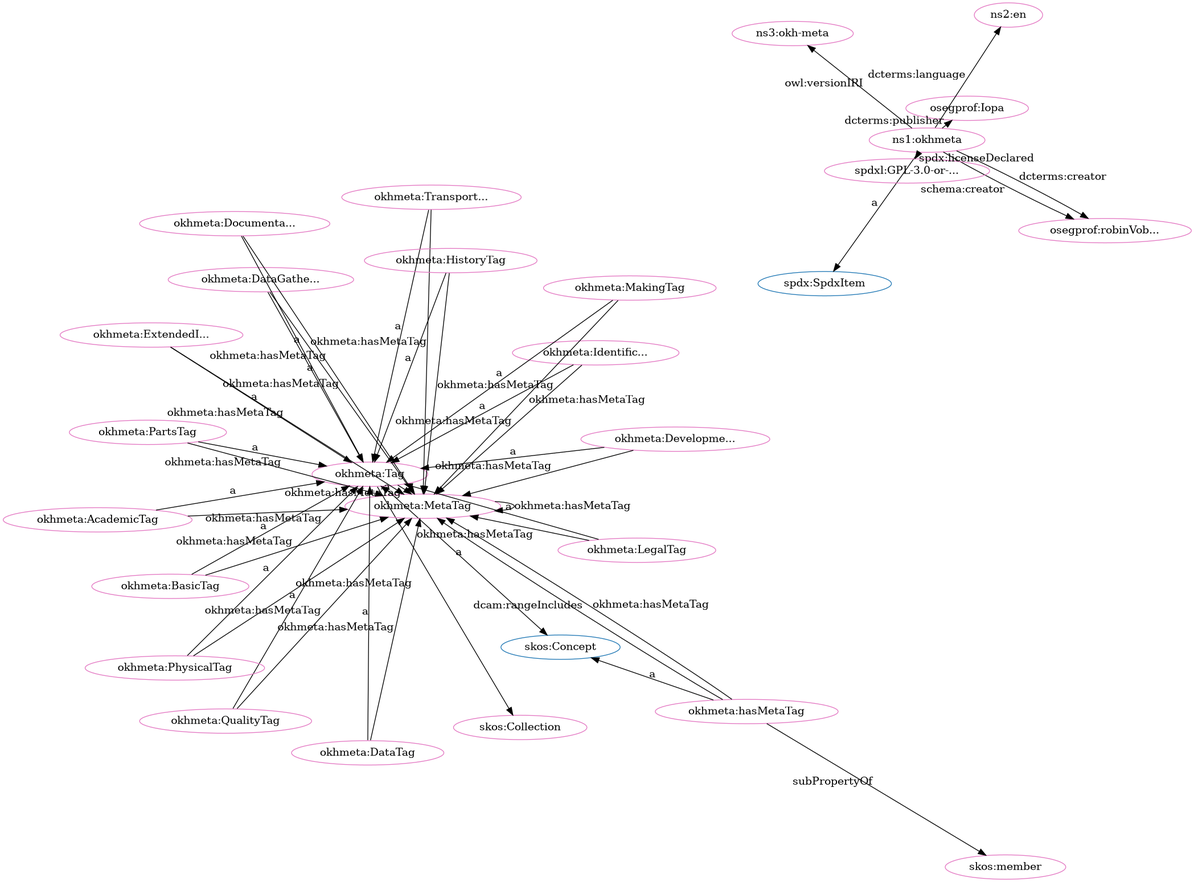
Above: src/spec/dot_okh-meta-clean.png in iop-alliance/OpenKnowHow (Graphviz), before the change. Its source is kept beside it as src/spec/dot_okh-meta-clean.dot.
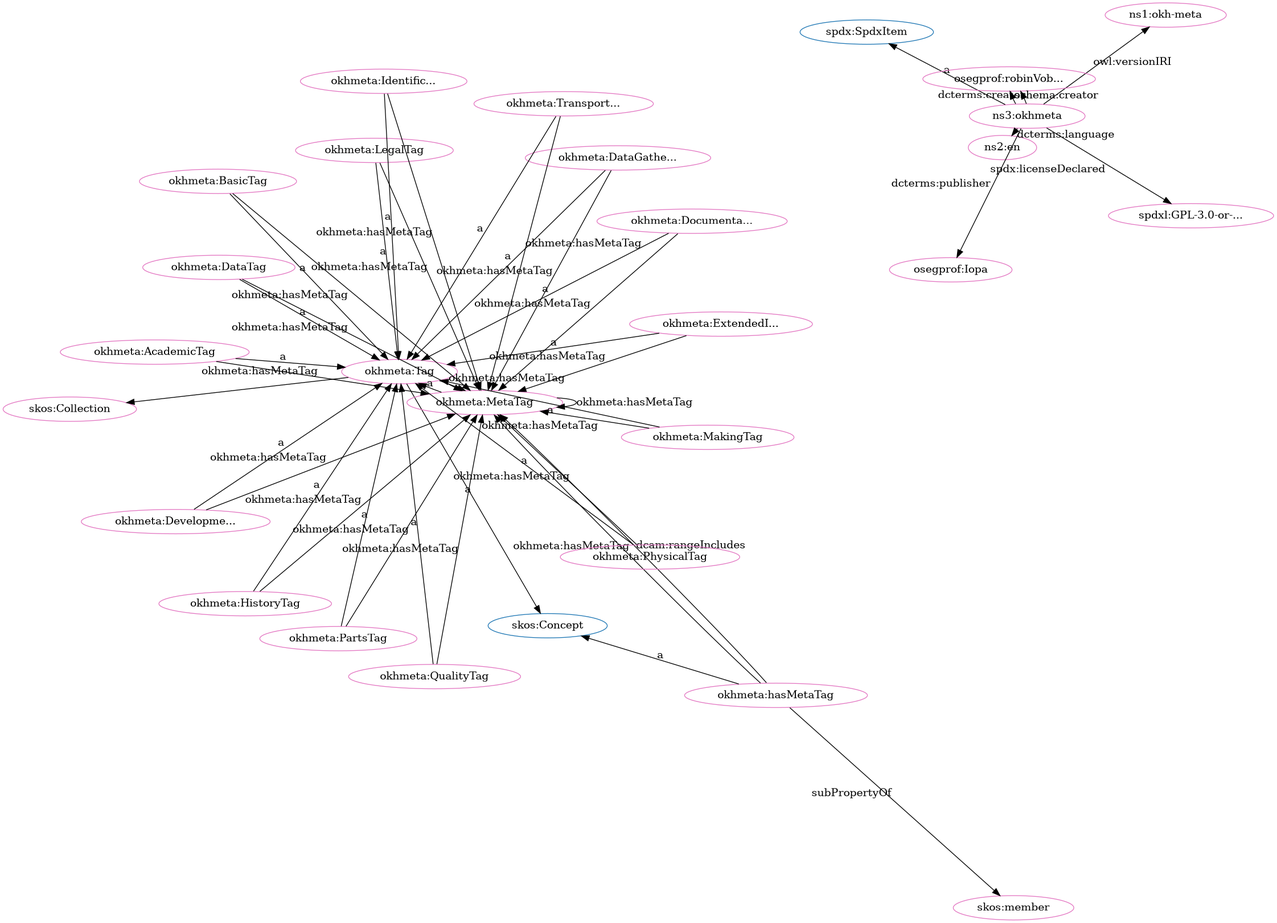
Later version of the same file.

Diff of the diagram source:
```diff
@@ -1,80 +1,80 @@
 digraph G {
   rankdir=BT
   node[height=.3]
+"http://www.w3.org/2004/02/skos/core#Collection" [fillcolor="#1f77b4" color="#1f77b4" label="skos:Collection"]
 "http://spdx.org/rdf/terms#SpdxItem" [fillcolor="#1f77b4" color="#1f77b4" label="spdx:SpdxItem"]
 "http://w3id.org/oseg/ont/okhmeta#Tag" [fillcolor="#1f77b4" color="#1f77b4" label="okhmeta:Tag"]
 "http://www.w3.org/2004/02/skos/core#Concept" [fillcolor="#1f77b4" color="#1f77b4" label="skos:Concept"]
-"http://www.w3.org/2004/02/skos/core#Collection" [fillcolor="#1f77b4" color="#1f77b4" label="skos:Collection"]
 "http://w3id.org/oseg/ont/okhmeta#MetaTag" [fillcolor="#e377c2" color="#e377c2" label="okhmeta:MetaTag"]
+"http://w3id.org/oseg/ont/okhmeta#hasMetaTag" [fillcolor="#e377c2" color="#e377c2" label="okhmeta:hasMetaTag"]
+"http://w3id.org/oseg/ont/okhmeta#DocumentationTag" [fillcolor="#e377c2" color="#e377c2" label="okhmeta:Documenta..."]
+"http://w3id.org/oseg/ont/okhmeta#HistoryTag" [fillcolor="#e377c2" color="#e377c2" label="okhmeta:HistoryTag"]
 "http://www.w3.org/2004/02/skos/core#member" [fillcolor="#e377c2" color="#e377c2" label="skos:member"]
+"http://w3id.org/oseg/ont/okhmeta#PartsTag" [fillcolor="#e377c2" color="#e377c2" label="okhmeta:PartsTag"]
+"http://w3id.org/oseg/ont/1.1.0/okh-meta" [fillcolor="#e377c2" color="#e377c2" label="ns1:okh-meta"]
+"http://w3id.org/oseg/ont/okhmeta#LegalTag" [fillcolor="#e377c2" color="#e377c2" label="okhmeta:LegalTag"]
+"http://w3id.org/oseg/ont/okhmeta#MakingTag" [fillcolor="#e377c2" color="#e377c2" label="okhmeta:MakingTag"]
+"http://w3id.org/oseg/ont/okhmeta#BasicTag" [fillcolor="#e377c2" color="#e377c2" label="okhmeta:BasicTag"]
+"http://w3id.org/oseg/ont/okhmeta#Tag" [fillcolor="#e377c2" color="#e377c2" label="okhmeta:Tag"]
+"http://id.loc.gov/vocabulary/iso639-1/en" [fillcolor="#e377c2" color="#e377c2" label="ns2:en"]
+"http://w3id.org/oseg/ont/okhmeta#DataGatheringTag" [fillcolor="#e377c2" color="#e377c2" label="okhmeta:DataGathe..."]
+"http://w3id.org/oseg/ont/okhmeta#TransportationTag" [fillcolor="#e377c2" color="#e377c2" label="okhmeta:Transport..."]
+"http://w3id.org/oseg/ont/okhmeta#IdentificationTag" [fillcolor="#e377c2" color="#e377c2" label="okhmeta:Identific..."]
+"http://w3id.org/oseg/ont/okhmeta#QualityTag" [fillcolor="#e377c2" color="#e377c2" label="okhmeta:QualityTag"]
+"http://w3id.org/oseg/ont/okhmeta" [fillcolor="#e377c2" color="#e377c2" label="ns3:okhmeta"]
+"http://spdx.org/licenses/GPL-3.0-or-later" [fillcolor="#e377c2" color="#e377c2" label="spdxl:GPL-3.0-or-..."]
+"http://w3id.org/oseg/ont/okhmeta#ExtendedInfoTag" [fillcolor="#e377c2" color="#e377c2" label="okhmeta:ExtendedI..."]
+"http://w3id.org/oseg/ont/oseg-profiles#robinVobruba" [fillcolor="#e377c2" color="#e377c2" label="osegprof:robinVob..."]
+"http://w3id.org/oseg/ont/okhmeta#AcademicTag" [fillcolor="#e377c2" color="#e377c2" label="okhmeta:AcademicTag"]
+"http://w3id.org/oseg/ont/okhmeta#DevelopmentTag" [fillcolor="#e377c2" color="#e377c2" label="okhmeta:Developme..."]
+"http://w3id.org/oseg/ont/oseg-profiles#Iopa" [fillcolor="#e377c2" color="#e377c2" label="osegprof:Iopa"]
+"http://w3id.org/oseg/ont/okhmeta#DataTag" [fillcolor="#e377c2" color="#e377c2" label="okhmeta:DataTag"]
 "http://www.w3.org/2004/02/skos/core#Collection" [fillcolor="#e377c2" color="#e377c2" label="skos:Collection"]
-"http://w3id.org/oseg/ont/okhmeta#Tag" [fillcolor="#e377c2" color="#e377c2" label="okhmeta:Tag"]
-"http://w3id.org/oseg/ont/okhmeta" [fillcolor="#e377c2" color="#e377c2" label="ns1:okhmeta"]
-"http://w3id.org/oseg/ont/okhmeta#PartsTag" [fillcolor="#e377c2" color="#e377c2" label="okhmeta:PartsTag"]
-"http://w3id.org/oseg/ont/okhmeta#hasMetaTag" [fillcolor="#e377c2" color="#e377c2" label="okhmeta:hasMetaTag"]
-"http://w3id.org/oseg/ont/oseg-profiles#robinVobruba" [fillcolor="#e377c2" color="#e377c2" label="osegprof:robinVob..."]
-"http://w3id.org/oseg/ont/okhmeta#DataGatheringTag" [fillcolor="#e377c2" color="#e377c2" label="okhmeta:DataGathe..."]
-"http://w3id.org/oseg/ont/okhmeta#DataTag" [fillcolor="#e377c2" color="#e377c2" label="okhmeta:DataTag"]
-"http://w3id.org/oseg/ont/okhmeta#BasicTag" [fillcolor="#e377c2" color="#e377c2" label="okhmeta:BasicTag"]
-"http://w3id.org/oseg/ont/okhmeta#DevelopmentTag" [fillcolor="#e377c2" color="#e377c2" label="okhmeta:Developme..."]
-"http://w3id.org/oseg/ont/okhmeta#AcademicTag" [fillcolor="#e377c2" color="#e377c2" label="okhmeta:AcademicTag"]
-"http://w3id.org/oseg/ont/okhmeta#DocumentationTag" [fillcolor="#e377c2" color="#e377c2" label="okhmeta:Documenta..."]
-"http://w3id.org/oseg/ont/okhmeta#IdentificationTag" [fillcolor="#e377c2" color="#e377c2" label="okhmeta:Identific..."]
-"http://w3id.org/oseg/ont/okhmeta#TransportationTag" [fillcolor="#e377c2" color="#e377c2" label="okhmeta:Transport..."]
-"http://w3id.org/oseg/ont/okhmeta#QualityTag" [fillcolor="#e377c2" color="#e377c2" label="okhmeta:QualityTag"]
-"http://w3id.org/oseg/ont/okhmeta#LegalTag" [fillcolor="#e377c2" color="#e377c2" label="okhmeta:LegalTag"]
-"http://w3id.org/oseg/ont/oseg-profiles#Iopa" [fillcolor="#e377c2" color="#e377c2" label="osegprof:Iopa"]
-"http://id.loc.gov/vocabulary/iso639-1/en" [fillcolor="#e377c2" color="#e377c2" label="ns2:en"]
-"http://w3id.org/oseg/ont/1.1.0/okh-meta" [fillcolor="#e377c2" color="#e377c2" label="ns3:okh-meta"]
-"http://w3id.org/oseg/ont/okhmeta#ExtendedInfoTag" [fillcolor="#e377c2" color="#e377c2" label="okhmeta:ExtendedI..."]
 "http://w3id.org/oseg/ont/okhmeta#PhysicalTag" [fillcolor="#e377c2" color="#e377c2" label="okhmeta:PhysicalTag"]
-"http://w3id.org/oseg/ont/okhmeta#HistoryTag" [fillcolor="#e377c2" color="#e377c2" label="okhmeta:HistoryTag"]
-"http://w3id.org/oseg/ont/okhmeta#MakingTag" [fillcolor="#e377c2" color="#e377c2" label="okhmeta:MakingTag"]
-"http://spdx.org/licenses/GPL-3.0-or-later" [fillcolor="#e377c2" color="#e377c2" label="spdxl:GPL-3.0-or-..."]
-  "http://w3id.org/oseg/ont/okhmeta#Tag" -> "http://www.w3.org/2004/02/skos/core#Collection" [label=""]
-  "http://w3id.org/oseg/ont/okhmeta" -> "http://spdx.org/rdf/terms#SpdxItem" [label="a"]
+  "http://w3id.org/oseg/ont/okhmeta#MetaTag" -> "http://w3id.org/oseg/ont/okhmeta#Tag" [label="a"]
+  "http://w3id.org/oseg/ont/okhmeta#IdentificationTag" -> "http://w3id.org/oseg/ont/okhmeta#MetaTag" [label="okhmeta:hasMetaTag"]
+  "http://w3id.org/oseg/ont/okhmeta#MetaTag" -> "http://w3id.org/oseg/ont/okhmeta#MetaTag" [label="okhmeta:hasMetaTag"]
+  "http://w3id.org/oseg/ont/okhmeta#hasMetaTag" -> "http://www.w3.org/2004/02/skos/core#member" [label="subPropertyOf"]
   "http://w3id.org/oseg/ont/okhmeta#PartsTag" -> "http://w3id.org/oseg/ont/okhmeta#Tag" [label="a"]
+  "http://w3id.org/oseg/ont/okhmeta" -> "http://w3id.org/oseg/ont/1.1.0/okh-meta" [label="owl:versionIRI"]
+  "http://w3id.org/oseg/ont/okhmeta#LegalTag" -> "http://w3id.org/oseg/ont/okhmeta#Tag" [label="a"]
+  "http://w3id.org/oseg/ont/okhmeta#LegalTag" -> "http://w3id.org/oseg/ont/okhmeta#MetaTag" [label="okhmeta:hasMetaTag"]
+  "http://w3id.org/oseg/ont/okhmeta#DevelopmentTag" -> "http://w3id.org/oseg/ont/okhmeta#MetaTag" [label="okhmeta:hasMetaTag"]
+  "http://w3id.org/oseg/ont/okhmeta#MakingTag" -> "http://w3id.org/oseg/ont/okhmeta#Tag" [label="a"]
+  "http://w3id.org/oseg/ont/okhmeta#Tag" -> "http://www.w3.org/2004/02/skos/core#Concept" [label="a"]
+  "http://w3id.org/oseg/ont/okhmeta" -> "http://id.loc.gov/vocabulary/iso639-1/en" [label="dcterms:language"]
+  "http://w3id.org/oseg/ont/okhmeta#IdentificationTag" -> "http://w3id.org/oseg/ont/okhmeta#Tag" [label="a"]
+  "http://w3id.org/oseg/ont/okhmeta#QualityTag" -> "http://w3id.org/oseg/ont/okhmeta#Tag" [label="a"]
+  "http://w3id.org/oseg/ont/okhmeta" -> "http://spdx.org/licenses/GPL-3.0-or-later" [label="spdx:licenseDeclared"]
+  "http://w3id.org/oseg/ont/okhmeta#ExtendedInfoTag" -> "http://w3id.org/oseg/ont/okhmeta#Tag" [label="a"]
+  "http://w3id.org/oseg/ont/okhmeta#ExtendedInfoTag" -> "http://w3id.org/oseg/ont/okhmeta#MetaTag" [label="okhmeta:hasMetaTag"]
+  "http://w3id.org/oseg/ont/okhmeta" -> "http://w3id.org/oseg/ont/oseg-profiles#robinVobruba" [label="schema:creator"]
+  "http://w3id.org/oseg/ont/okhmeta#DocumentationTag" -> "http://w3id.org/oseg/ont/okhmeta#MetaTag" [label="okhmeta:hasMetaTag"]
+  "http://w3id.org/oseg/ont/okhmeta#HistoryTag" -> "http://w3id.org/oseg/ont/okhmeta#MetaTag" [label="okhmeta:hasMetaTag"]
+  "http://w3id.org/oseg/ont/okhmeta#DevelopmentTag" -> "http://w3id.org/oseg/ont/okhmeta#Tag" [label="a"]
+  "http://w3id.org/oseg/ont/okhmeta#MakingTag" -> "http://w3id.org/oseg/ont/okhmeta#MetaTag" [label="okhmeta:hasMetaTag"]
+  "http://w3id.org/oseg/ont/okhmeta#BasicTag" -> "http://w3id.org/oseg/ont/okhmeta#MetaTag" [label="okhmeta:hasMetaTag"]
+  "http://w3id.org/oseg/ont/okhmeta#DataGatheringTag" -> "http://w3id.org/oseg/ont/okhmeta#MetaTag" [label="okhmeta:hasMetaTag"]
+  "http://w3id.org/oseg/ont/okhmeta#hasMetaTag" -> "http://www.w3.org/2004/02/skos/core#Concept" [label="a"]
+  "http://w3id.org/oseg/ont/okhmeta#DocumentationTag" -> "http://w3id.org/oseg/ont/okhmeta#Tag" [label="a"]
+  "http://w3id.org/oseg/ont/okhmeta#HistoryTag" -> "http://w3id.org/oseg/ont/okhmeta#Tag" [label="a"]
   "http://w3id.org/oseg/ont/okhmeta#DataTag" -> "http://w3id.org/oseg/ont/okhmeta#MetaTag" [label="okhmeta:hasMetaTag"]
+  "http://w3id.org/oseg/ont/okhmeta#Tag" -> "http://w3id.org/oseg/ont/okhmeta#MetaTag" [label="okhmeta:hasMetaTag"]
+  "http://w3id.org/oseg/ont/okhmeta#BasicTag" -> "http://w3id.org/oseg/ont/okhmeta#Tag" [label="a"]
+  "http://w3id.org/oseg/ont/okhmeta#TransportationTag" -> "http://w3id.org/oseg/ont/okhmeta#Tag" [label="a"]
+  "http://w3id.org/oseg/ont/okhmeta#DataGatheringTag" -> "http://w3id.org/oseg/ont/okhmeta#Tag" [label="a"]
+  "http://w3id.org/oseg/ont/okhmeta#TransportationTag" -> "http://w3id.org/oseg/ont/okhmeta#MetaTag" [label="okhmeta:hasMetaTag"]
+  "http://w3id.org/oseg/ont/okhmeta#PhysicalTag" -> "http://w3id.org/oseg/ont/okhmeta#MetaTag" [label="okhmeta:hasMetaTag"]
+  "http://w3id.org/oseg/ont/okhmeta#QualityTag" -> "http://w3id.org/oseg/ont/okhmeta#MetaTag" [label="okhmeta:hasMetaTag"]
   "http://w3id.org/oseg/ont/okhmeta" -> "http://w3id.org/oseg/ont/oseg-profiles#robinVobruba" [label="dcterms:creator"]
-  "http://w3id.org/oseg/ont/okhmeta#DataGatheringTag" -> "http://w3id.org/oseg/ont/okhmeta#Tag" [label="a"]
-  "http://w3id.org/oseg/ont/okhmeta#DataTag" -> "http://w3id.org/oseg/ont/okhmeta#Tag" [label="a"]
-  "http://w3id.org/oseg/ont/okhmeta#DevelopmentTag" -> "http://w3id.org/oseg/ont/okhmeta#Tag" [label="a"]
-  "http://w3id.org/oseg/ont/okhmeta#hasMetaTag" -> "http://www.w3.org/2004/02/skos/core#Concept" [label="a"]
-  "http://w3id.org/oseg/ont/okhmeta#QualityTag" -> "http://w3id.org/oseg/ont/okhmeta#MetaTag" [label="okhmeta:hasMetaTag"]
-  "http://w3id.org/oseg/ont/okhmeta#IdentificationTag" -> "http://w3id.org/oseg/ont/okhmeta#Tag" [label="a"]
-  "http://w3id.org/oseg/ont/okhmeta#DocumentationTag" -> "http://w3id.org/oseg/ont/okhmeta#Tag" [label="a"]
-  "http://w3id.org/oseg/ont/okhmeta#LegalTag" -> "http://w3id.org/oseg/ont/okhmeta#MetaTag" [label="okhmeta:hasMetaTag"]
-  "http://w3id.org/oseg/ont/okhmeta#TransportationTag" -> "http://w3id.org/oseg/ont/okhmeta#Tag" [label="a"]
-  "http://w3id.org/oseg/ont/okhmeta#Tag" -> "http://w3id.org/oseg/ont/okhmeta#MetaTag" [label="okhmeta:hasMetaTag"]
-  "http://w3id.org/oseg/ont/okhmeta#QualityTag" -> "http://w3id.org/oseg/ont/okhmeta#Tag" [label="a"]
-  "http://w3id.org/oseg/ont/okhmeta" -> "http://w3id.org/oseg/ont/oseg-profiles#Iopa" [label="dcterms:publisher"]
-  "http://w3id.org/oseg/ont/okhmeta#BasicTag" -> "http://w3id.org/oseg/ont/okhmeta#MetaTag" [label="okhmeta:hasMetaTag"]
-  "http://w3id.org/oseg/ont/okhmeta#MetaTag" -> "http://w3id.org/oseg/ont/okhmeta#Tag" [label="a"]
-  "http://w3id.org/oseg/ont/okhmeta#hasMetaTag" -> "http://w3id.org/oseg/ont/okhmeta#MetaTag" [label="dcam:rangeIncludes"]
-  "http://w3id.org/oseg/ont/okhmeta" -> "http://id.loc.gov/vocabulary/iso639-1/en" [label="dcterms:language"]
-  "http://w3id.org/oseg/ont/okhmeta#HistoryTag" -> "http://w3id.org/oseg/ont/okhmeta#MetaTag" [label="okhmeta:hasMetaTag"]
-  "http://w3id.org/oseg/ont/okhmeta#ExtendedInfoTag" -> "http://w3id.org/oseg/ont/okhmeta#Tag" [label="a"]
-  "http://w3id.org/oseg/ont/okhmeta#MakingTag" -> "http://w3id.org/oseg/ont/okhmeta#MetaTag" [label="okhmeta:hasMetaTag"]
-  "http://w3id.org/oseg/ont/okhmeta#PhysicalTag" -> "http://w3id.org/oseg/ont/okhmeta#Tag" [label="a"]
+  "http://w3id.org/oseg/ont/okhmeta#AcademicTag" -> "http://w3id.org/oseg/ont/okhmeta#Tag" [label="a"]
   "http://w3id.org/oseg/ont/okhmeta#AcademicTag" -> "http://w3id.org/oseg/ont/okhmeta#MetaTag" [label="okhmeta:hasMetaTag"]
   "http://w3id.org/oseg/ont/okhmeta#PartsTag" -> "http://w3id.org/oseg/ont/okhmeta#MetaTag" [label="okhmeta:hasMetaTag"]
-  "http://w3id.org/oseg/ont/okhmeta#hasMetaTag" -> "http://www.w3.org/2004/02/skos/core#member" [label="subPropertyOf"]
-  "http://w3id.org/oseg/ont/okhmeta#Tag" -> "http://www.w3.org/2004/02/skos/core#Concept" [label="a"]
-  "http://w3id.org/oseg/ont/okhmeta#DataGatheringTag" -> "http://w3id.org/oseg/ont/okhmeta#MetaTag" [label="okhmeta:hasMetaTag"]
-  "http://w3id.org/oseg/ont/okhmeta#DevelopmentTag" -> "http://w3id.org/oseg/ont/okhmeta#MetaTag" [label="okhmeta:hasMetaTag"]
-  "http://w3id.org/oseg/ont/okhmeta#BasicTag" -> "http://w3id.org/oseg/ont/okhmeta#Tag" [label="a"]
-  "http://w3id.org/oseg/ont/okhmeta#DocumentationTag" -> "http://w3id.org/oseg/ont/okhmeta#MetaTag" [label="okhmeta:hasMetaTag"]
-  "http://w3id.org/oseg/ont/okhmeta#IdentificationTag" -> "http://w3id.org/oseg/ont/okhmeta#MetaTag" [label="okhmeta:hasMetaTag"]
-  "http://w3id.org/oseg/ont/okhmeta#AcademicTag" -> "http://w3id.org/oseg/ont/okhmeta#Tag" [label="a"]
-  "http://w3id.org/oseg/ont/okhmeta#TransportationTag" -> "http://w3id.org/oseg/ont/okhmeta#MetaTag" [label="okhmeta:hasMetaTag"]
+  "http://w3id.org/oseg/ont/okhmeta" -> "http://w3id.org/oseg/ont/oseg-profiles#Iopa" [label="dcterms:publisher"]
+  "http://w3id.org/oseg/ont/okhmeta#DataTag" -> "http://w3id.org/oseg/ont/okhmeta#Tag" [label="a"]
   "http://w3id.org/oseg/ont/okhmeta#hasMetaTag" -> "http://w3id.org/oseg/ont/okhmeta#MetaTag" [label="okhmeta:hasMetaTag"]
-  "http://w3id.org/oseg/ont/okhmeta#LegalTag" -> "http://w3id.org/oseg/ont/okhmeta#Tag" [label="a"]
-  "http://w3id.org/oseg/ont/okhmeta#MetaTag" -> "http://w3id.org/oseg/ont/okhmeta#MetaTag" [label="okhmeta:hasMetaTag"]
-  "http://w3id.org/oseg/ont/okhmeta#ExtendedInfoTag" -> "http://w3id.org/oseg/ont/okhmeta#MetaTag" [label="okhmeta:hasMetaTag"]
-  "http://w3id.org/oseg/ont/okhmeta" -> "http://w3id.org/oseg/ont/oseg-profiles#robinVobruba" [label="schema:creator"]
-  "http://w3id.org/oseg/ont/okhmeta" -> "http://w3id.org/oseg/ont/1.1.0/okh-meta" [label="owl:versionIRI"]
-  "http://w3id.org/oseg/ont/okhmeta#PhysicalTag" -> "http://w3id.org/oseg/ont/okhmeta#MetaTag" [label="okhmeta:hasMetaTag"]
-  "http://w3id.org/oseg/ont/okhmeta#HistoryTag" -> "http://w3id.org/oseg/ont/okhmeta#Tag" [label="a"]
-  "http://w3id.org/oseg/ont/okhmeta#MakingTag" -> "http://w3id.org/oseg/ont/okhmeta#Tag" [label="a"]
-  "http://w3id.org/oseg/ont/okhmeta" -> "http://spdx.org/licenses/GPL-3.0-or-later" [label="spdx:licenseDeclared"]
+  "http://w3id.org/oseg/ont/okhmeta#Tag" -> "http://www.w3.org/2004/02/skos/core#Collection" [label=""]
+  "http://w3id.org/oseg/ont/okhmeta#PhysicalTag" -> "http://w3id.org/oseg/ont/okhmeta#Tag" [label="a"]
+  "http://w3id.org/oseg/ont/okhmeta#hasMetaTag" -> "http://w3id.org/oseg/ont/okhmeta#MetaTag" [label="dcam:rangeIncludes"]
+  "http://w3id.org/oseg/ont/okhmeta" -> "http://spdx.org/rdf/terms#SpdxItem" [label="a"]
 }
```
